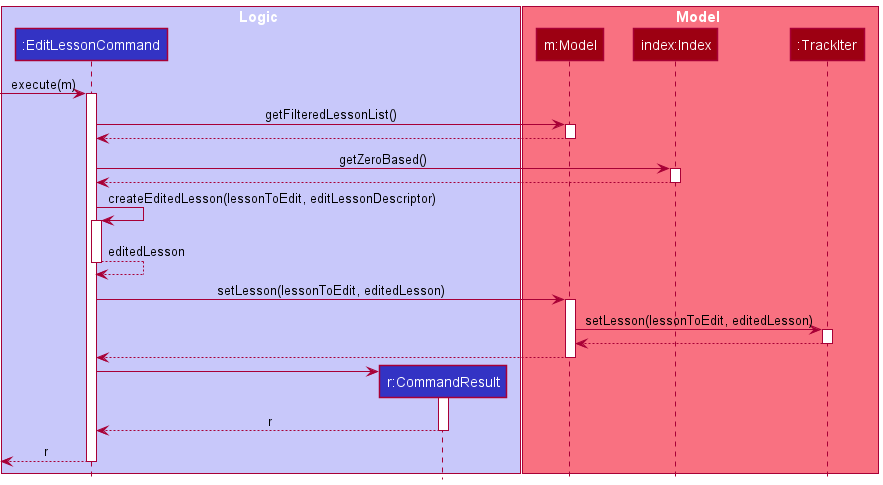
The PlantUML diagram docs/images/EditLessonSequenceDiagram.png in simonteozw/tp, before a commit.
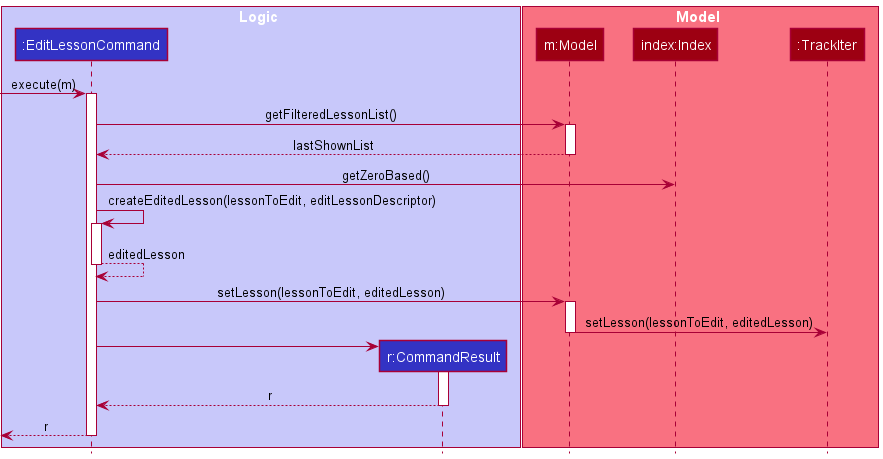
Later version of the same file.

What changed in the source:
```diff
@@ -18,14 +18,10 @@
 EditLessonCommand -> Model : getFilteredLessonList()
 activate Model
 
-Model --> EditLessonCommand
+Model --> EditLessonCommand : lastShownList
 deactivate Model
 
 EditLessonCommand -> index : getZeroBased()
-activate index
-
-index --> EditLessonCommand
-deactivate index
 
 EditLessonCommand -> EditLessonCommand : createEditedLesson(lessonToEdit, editLessonDescriptor)
 activate EditLessonCommand
@@ -36,12 +32,8 @@
 activate Model
 
 Model -> TrackIter : setLesson(lessonToEdit, editedLesson)
-activate TrackIter
 
-TrackIter --> Model
-deactivate TrackIter
 
-Model --> EditLessonCommand
 deactivate Model
 
 create CommandResult
```
